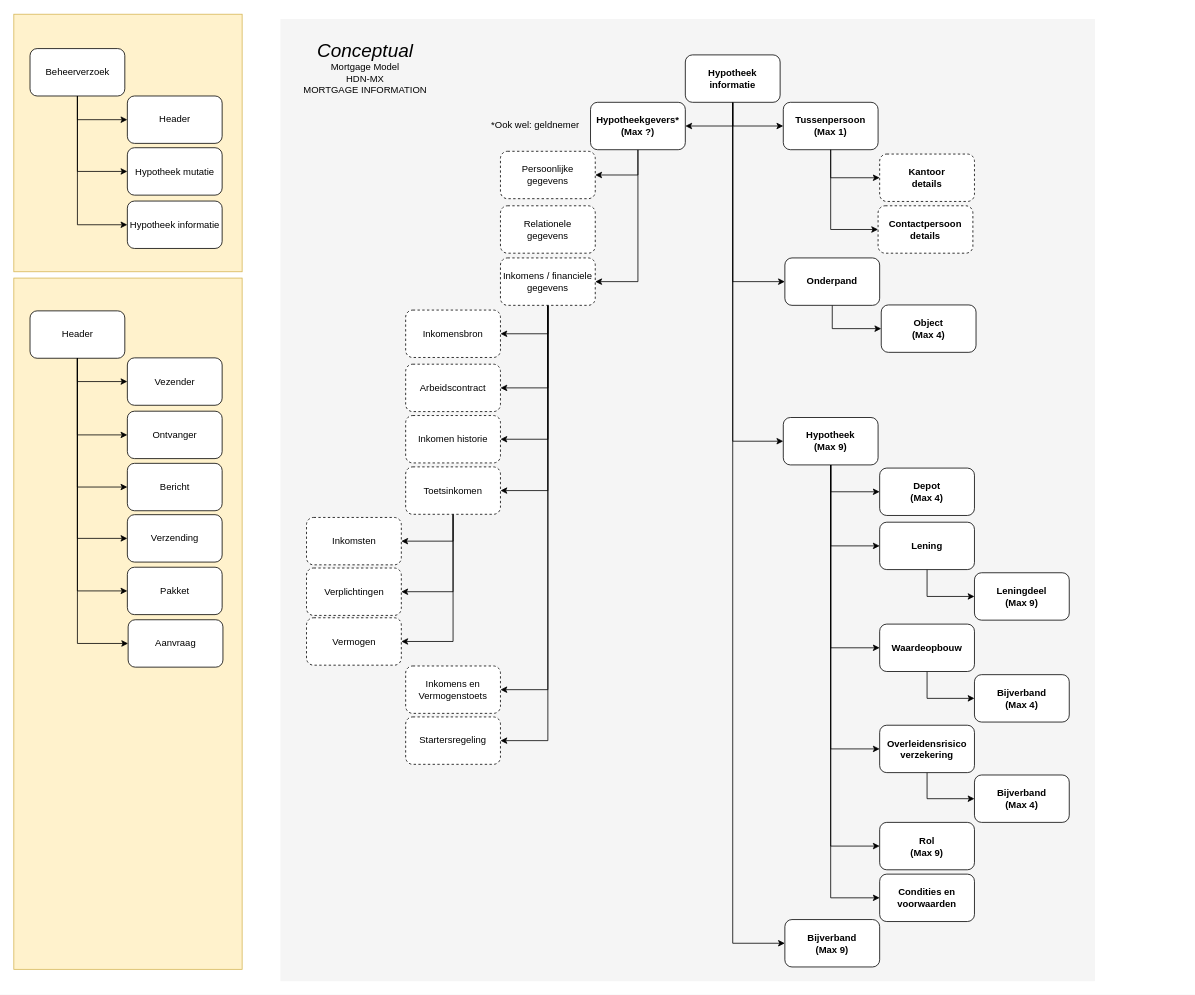
The draw.io diagram page "beheer-informatie" (2 of 15) of 3rdPartyDatasharing-HDN-MX-SX.drawio in luchthandel/diagrams, before the edit. Source tidied: cells renumbered, new cells numbered last; positions are measured from the earlier drawing's top-left corner, leaving out a move shared by most shapes. Both pictures are drawn from the tidied source at 79%, with x=0, y=0 at pixel (13, 13).
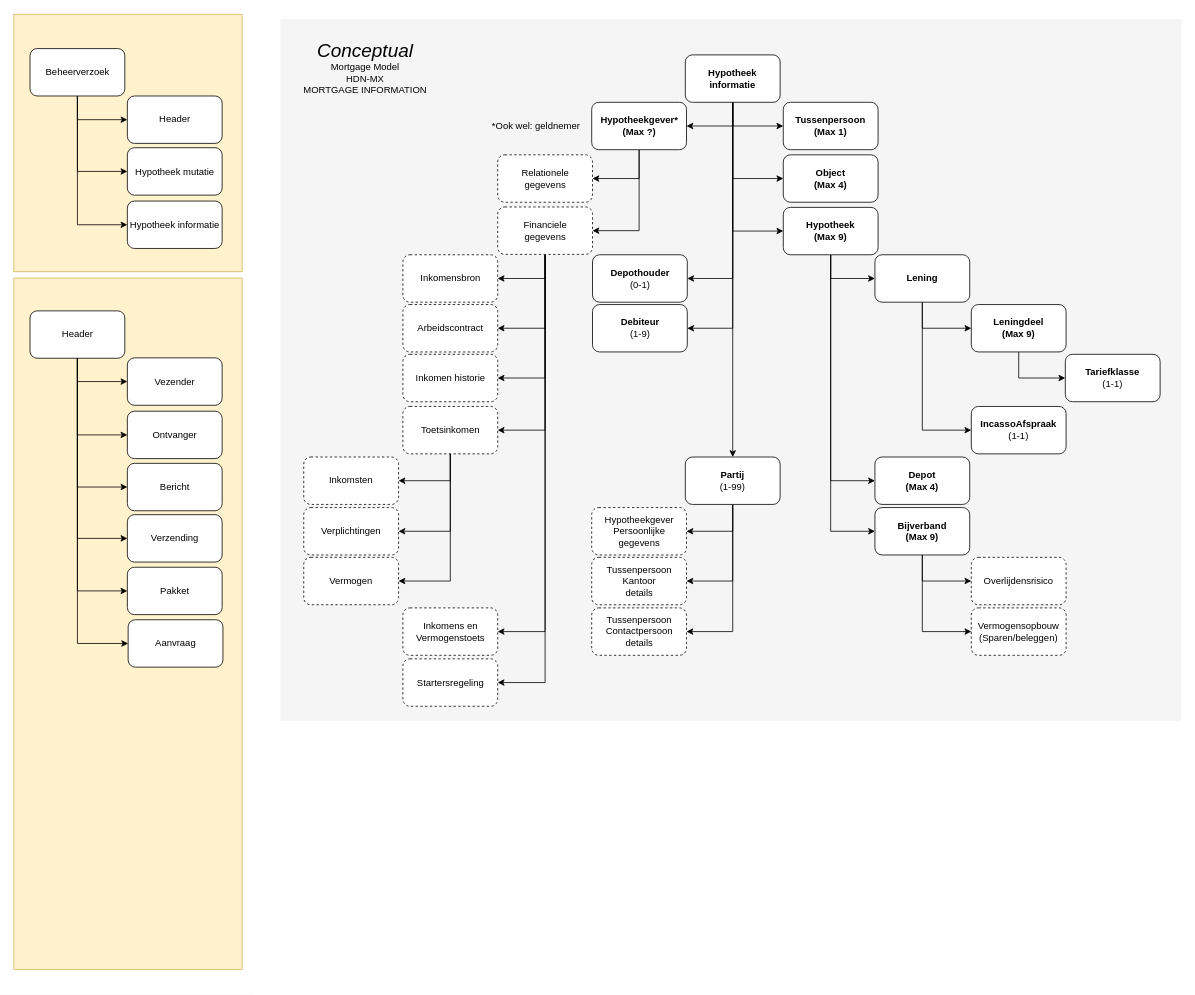
Above is the later version.

The change refers to these unchanged cells:
```xml
<mxCell id="26" value="&lt;b&gt;Tussenpersoon&lt;br&gt;(Max 1)&lt;br&gt;&lt;/b&gt;" style="rounded=1;whiteSpace=wrap;html=1;" parent="1" vertex="1">
  <mxGeometry x="974" y="112" width="120" height="60" as="geometry" />
</mxCell>
<mxCell id="31" value="&lt;b&gt;Hypotheek&lt;br&gt;informatie&lt;/b&gt;" style="rounded=1;whiteSpace=wrap;html=1;" parent="1" vertex="1">
  <mxGeometry x="850" y="52" width="120" height="60" as="geometry" />
</mxCell>
```

What changed in the source:
```diff
@@
     <mxCell id="3" style="rounded=0;whiteSpace=wrap;html=1;fontSize=30;align=right;fillColor=#f5f5f5;strokeColor=none;fontColor=#333333;" parent="1" vertex="1">
-      <mxGeometry x="337.5" y="6.5" width="1031" height="1218" as="geometry" />
+      <mxGeometry x="337.5" y="6.5" width="1140.5" height="888.5" as="geometry" />
     </mxCell>
@@
-    <mxCell id="5" style="edgeStyle=orthogonalEdgeStyle;rounded=0;jettySize=auto;html=1;exitX=0.5;exitY=1;exitDx=0;exitDy=0;entryX=0;entryY=0.5;entryDx=0;entryDy=0;" parent="1" edge="1" source="6" target="53">
-      <mxGeometry relative="1" as="geometry" />
-    </mxCell>
-    <mxCell id="6" value="&lt;b&gt;Onderpand&lt;/b&gt;&lt;b&gt;&lt;br&gt;&lt;/b&gt;" style="rounded=1;whiteSpace=wrap;html=1;" parent="1" vertex="1">
-      <mxGeometry x="976" y="309" width="120" height="60" as="geometry" />
+    <mxCell id="6" value="&lt;b&gt;Object&lt;br&gt;&lt;/b&gt;&lt;b&gt;(Max 4)&lt;/b&gt;&lt;b&gt;&lt;br&gt;&lt;/b&gt;" style="rounded=1;whiteSpace=wrap;html=1;" parent="1" vertex="1">
+      <mxGeometry x="974" y="178.5" width="120" height="60" as="geometry" />
     </mxCell>
@@
-    <mxCell id="8" style="edgeStyle=orthogonalEdgeStyle;rounded=0;jettySize=auto;html=1;exitX=0.5;exitY=1;exitDx=0;exitDy=0;entryX=0;entryY=0.5;entryDx=0;entryDy=0;" parent="1" edge="1" source="14" target="19">
-      <mxGeometry relative="1" as="geometry" />
-    </mxCell>
-    <mxCell id="9" style="edgeStyle=orthogonalEdgeStyle;rounded=0;jettySize=auto;html=1;entryX=0;entryY=0.5;entryDx=0;entryDy=0;exitX=0.5;exitY=1;exitDx=0;exitDy=0;" parent="1" edge="1" source="14" target="21">
-      <mxGeometry relative="1" as="geometry" />
-    </mxCell>
@@
-    <mxCell id="12" style="edgeStyle=orthogonalEdgeStyle;rounded=0;jettySize=auto;html=1;entryX=0;entryY=0.5;entryDx=0;entryDy=0;exitX=0.5;exitY=1;exitDx=0;exitDy=0;" parent="1" edge="1" source="14" target="58">
-      <mxGeometry relative="1" as="geometry" />
-    </mxCell>
-    <mxCell id="13" style="edgeStyle=orthogonalEdgeStyle;rounded=0;jettySize=auto;html=1;exitX=0.5;exitY=1;exitDx=0;exitDy=0;entryX=0;entryY=0.5;entryDx=0;entryDy=0;" parent="1" edge="1" source="14" target="80">
-      <mxGeometry relative="1" as="geometry" />
-    </mxCell>
+    <mxCell id="85" style="edgeStyle=orthogonalEdgeStyle;rounded=0;jettySize=auto;html=1;exitX=0.5;exitY=1;exitDx=0;exitDy=0;entryX=0;entryY=0.5;entryDx=0;entryDy=0;" parent="1" edge="1" source="14" target="83">
+      <mxGeometry relative="1" as="geometry" />
+    </mxCell>
     <mxCell id="14" value="&lt;b&gt;Hypotheek&lt;br&gt;(Max 9)&lt;br&gt;&lt;/b&gt;" style="rounded=1;whiteSpace=wrap;html=1;" parent="1" vertex="1">
-      <mxGeometry x="974" y="511" width="120" height="60" as="geometry" />
+      <mxGeometry x="974" y="245" width="120" height="60" as="geometry" />
     </mxCell>
@@
+    <mxCell id="86" style="rounded=0;jettySize=auto;html=1;exitX=0.5;exitY=1;exitDx=0;exitDy=0;entryX=0;entryY=0.5;entryDx=0;entryDy=0;edgeStyle=orthogonalEdgeStyle;" parent="1" edge="1" source="16" target="100">
+      <mxGeometry relative="1" as="geometry" />
+    </mxCell>
     <mxCell id="16" value="&lt;b&gt;Lening&lt;br&gt;&lt;/b&gt;" style="rounded=1;whiteSpace=wrap;html=1;" parent="1" vertex="1">
-      <mxGeometry x="1096" y="643.5" width="120" height="60" as="geometry" />
+      <mxGeometry x="1090" y="305" width="120" height="60" as="geometry" />
     </mxCell>
+    <mxCell id="87" style="edgeStyle=orthogonalEdgeStyle;rounded=0;jettySize=auto;html=1;exitX=0.5;exitY=1;exitDx=0;exitDy=0;entryX=0;entryY=0.5;entryDx=0;entryDy=0;" parent="1" edge="1" source="17" target="102">
+      <mxGeometry relative="1" as="geometry" />
+    </mxCell>
     <mxCell id="17" value="&lt;b&gt;Leningdeel&lt;br&gt;(Max 9)&lt;br&gt;&lt;/b&gt;" style="rounded=1;whiteSpace=wrap;html=1;" parent="1" vertex="1">
-      <mxGeometry x="1216" y="707.5" width="120" height="60" as="geometry" />
+      <mxGeometry x="1212" y="368" width="120" height="60" as="geometry" />
     </mxCell>
-    <mxCell id="18" style="edgeStyle=orthogonalEdgeStyle;rounded=0;jettySize=auto;html=1;exitX=0.5;exitY=1;exitDx=0;exitDy=0;entryX=0;entryY=0.5;entryDx=0;entryDy=0;" parent="1" edge="1" source="19" target="51">
-      <mxGeometry relative="1" as="geometry" />
-    </mxCell>
-    <mxCell id="19" value="&lt;b&gt;Waardeopbouw&lt;br&gt;&lt;/b&gt;" style="rounded=1;whiteSpace=wrap;html=1;" parent="1" vertex="1">
-      <mxGeometry x="1096" y="772.5" width="120" height="60" as="geometry" />
-    </mxCell>
-    <mxCell id="20" style="edgeStyle=orthogonalEdgeStyle;rounded=0;jettySize=auto;html=1;exitX=0.5;exitY=1;exitDx=0;exitDy=0;entryX=0;entryY=0.5;entryDx=0;entryDy=0;" parent="1" edge="1" source="21" target="52">
-      <mxGeometry relative="1" as="geometry" />
-    </mxCell>
-    <mxCell id="21" value="&lt;b&gt;Overleidensrisico&lt;br&gt;verzekering&lt;br&gt;&lt;/b&gt;" style="rounded=1;whiteSpace=wrap;html=1;" parent="1" vertex="1">
-      <mxGeometry x="1096" y="900.5" width="120" height="60" as="geometry" />
+    <mxCell id="21" value="&lt;span&gt;Overlijdensrisico&lt;br&gt;&lt;/span&gt;" style="rounded=1;whiteSpace=wrap;html=1;fontStyle=0;dashed=1;" parent="1" vertex="1">
+      <mxGeometry x="1212" y="688" width="120" height="60" as="geometry" />
     </mxCell>
-    <mxCell id="22" style="edgeStyle=orthogonalEdgeStyle;rounded=0;jettySize=auto;html=1;exitX=0.5;exitY=1;exitDx=0;exitDy=0;entryX=1;entryY=0.5;entryDx=0;entryDy=0;" parent="1" edge="1" source="24" target="40">
-      <mxGeometry relative="1" as="geometry" />
-    </mxCell>
@@
+    <mxCell id="88" style="edgeStyle=orthogonalEdgeStyle;rounded=0;jettySize=auto;html=1;exitX=0.5;exitY=1;exitDx=0;exitDy=0;entryX=1;entryY=0.5;entryDx=0;entryDy=0;" parent="1" edge="1" source="24" target="50">
+      <mxGeometry relative="1" as="geometry" />
+    </mxCell>
-    <mxCell id="24" value="&lt;b&gt;Hypotheekgevers*&lt;br&gt;(Max ?)&lt;br&gt;&lt;/b&gt;" style="rounded=1;whiteSpace=wrap;html=1;" parent="1" vertex="1">
-      <mxGeometry x="730" y="112" width="120" height="60" as="geometry" />
+    <mxCell id="24" value="&lt;span&gt;Hypotheekgever*&lt;br&gt;(Max ?)&lt;br&gt;&lt;/span&gt;" style="rounded=1;whiteSpace=wrap;html=1;fontStyle=1;" parent="1" vertex="1">
+      <mxGeometry x="731.5" y="112" width="120" height="60" as="geometry" />
     </mxCell>
-    <mxCell id="25" style="edgeStyle=orthogonalEdgeStyle;rounded=0;jettySize=auto;html=1;exitX=0.5;exitY=1;exitDx=0;exitDy=0;entryX=0;entryY=0.5;entryDx=0;entryDy=0;" parent="1" edge="1" source="26" target="84">
-      <mxGeometry relative="1" as="geometry" />
-    </mxCell>
@@
-    <mxCell id="29" style="edgeStyle=orthogonalEdgeStyle;rounded=0;jettySize=auto;html=1;exitX=0.5;exitY=1;exitDx=0;exitDy=0;entryX=0;entryY=0.5;entryDx=0;entryDy=0;" parent="1" edge="1" source="26" target="32">
-      <mxGeometry relative="1" as="geometry" />
-    </mxCell>
-    <mxCell id="30" style="edgeStyle=orthogonalEdgeStyle;rounded=0;jettySize=auto;html=1;exitX=0.5;exitY=1;exitDx=0;exitDy=0;entryX=0;entryY=0.5;entryDx=0;entryDy=0;" parent="1" edge="1" source="31" target="83">
-      <mxGeometry relative="1" as="geometry" />
-    </mxCell>
+    <mxCell id="89" style="edgeStyle=orthogonalEdgeStyle;rounded=0;jettySize=auto;html=1;exitX=0.5;exitY=1;exitDx=0;exitDy=0;entryX=0.5;entryY=0;entryDx=0;entryDy=0;" parent="1" edge="1" source="31" target="97">
+      <mxGeometry relative="1" as="geometry" />
+    </mxCell>
+    <mxCell id="90" style="edgeStyle=orthogonalEdgeStyle;rounded=0;jettySize=auto;html=1;exitX=0.5;exitY=1;exitDx=0;exitDy=0;entryX=1;entryY=0.5;entryDx=0;entryDy=0;" parent="1" edge="1" source="31" target="99">
+      <mxGeometry relative="1" as="geometry" />
+    </mxCell>
+    <mxCell id="91" style="edgeStyle=orthogonalEdgeStyle;rounded=0;jettySize=auto;html=1;exitX=0.5;exitY=1;exitDx=0;exitDy=0;entryX=1;entryY=0.5;entryDx=0;entryDy=0;" parent="1" edge="1" source="31" target="98">
+      <mxGeometry relative="1" as="geometry" />
+    </mxCell>
@@
-    <mxCell id="32" value="&lt;b&gt;Kantoor&lt;br&gt;details&lt;br&gt;&lt;/b&gt;" style="rounded=1;whiteSpace=wrap;html=1;dashed=1;" parent="1" vertex="1">
-      <mxGeometry x="1096" y="177.5" width="120" height="60" as="geometry" />
+    <mxCell id="32" value="&lt;span&gt;Tussenpersoon&lt;br&gt;Kantoor &lt;br&gt;details&lt;br&gt;&lt;/span&gt;" style="rounded=1;whiteSpace=wrap;html=1;dashed=1;fontStyle=0;" parent="1" vertex="1">
+      <mxGeometry x="731.5" y="688" width="120" height="60" as="geometry" />
     </mxCell>
@@
-    <mxCell id="39" value="Inkomens / financiele&lt;br&gt;gegevens" style="rounded=1;whiteSpace=wrap;html=1;fontStyle=0;dashed=1;" parent="1" vertex="1">
-      <mxGeometry x="616" y="309" width="120" height="60" as="geometry" />
+    <mxCell id="39" value="Financiele&lt;br&gt;gegevens" style="rounded=1;whiteSpace=wrap;html=1;fontStyle=0;dashed=1;" parent="1" vertex="1">
+      <mxGeometry x="612.5" y="244.5" width="120" height="60" as="geometry" />
     </mxCell>
-    <mxCell id="40" value="Persoonlijke&lt;br&gt;gegevens" style="rounded=1;whiteSpace=wrap;html=1;fontStyle=0;dashed=1;" parent="1" vertex="1">
-      <mxGeometry x="616" y="174" width="120" height="60" as="geometry" />
+    <mxCell id="40" value="Hypotheekgever&lt;br&gt;Persoonlijke&lt;br&gt;gegevens" style="rounded=1;whiteSpace=wrap;html=1;fontStyle=0;dashed=1;" parent="1" vertex="1">
+      <mxGeometry x="731.5" y="625" width="120" height="60" as="geometry" />
     </mxCell>
     <mxCell id="41" value="Inkomen historie" style="rounded=1;whiteSpace=wrap;html=1;dashed=1;" parent="1" vertex="1">
-      <mxGeometry x="496" y="508.5" width="120" height="60" as="geometry" />
+      <mxGeometry x="492.5" y="431" width="120" height="60" as="geometry" />
     </mxCell>
@@
     <mxCell id="44" value="Toetsinkomen" style="rounded=1;whiteSpace=wrap;html=1;dashed=1;" parent="1" vertex="1">
-      <mxGeometry x="496" y="573.5" width="120" height="60" as="geometry" />
+      <mxGeometry x="492.5" y="497" width="120" height="60" as="geometry" />
     </mxCell>
     <mxCell id="45" value="Arbeidscontract" style="rounded=1;whiteSpace=wrap;html=1;dashed=1;" parent="1" vertex="1">
-      <mxGeometry x="496" y="443.5" width="120" height="60" as="geometry" />
+      <mxGeometry x="492.5" y="368" width="120" height="60" as="geometry" />
     </mxCell>
     <mxCell id="46" value="Inkomsten" style="rounded=1;whiteSpace=wrap;html=1;dashed=1;" parent="1" vertex="1">
-      <mxGeometry x="370.5" y="637.5" width="120" height="60" as="geometry" />
+      <mxGeometry x="367" y="561" width="120" height="60" as="geometry" />
     </mxCell>
     <mxCell id="47" value="Verplichtingen" style="rounded=1;whiteSpace=wrap;html=1;dashed=1;" parent="1" vertex="1">
-      <mxGeometry x="370.5" y="701.5" width="120" height="60" as="geometry" />
+      <mxGeometry x="367" y="625" width="120" height="60" as="geometry" />
     </mxCell>
     <mxCell id="48" value="Vermogen" style="rounded=1;whiteSpace=wrap;html=1;dashed=1;" parent="1" vertex="1">
-      <mxGeometry x="370.5" y="764.5" width="120" height="60" as="geometry" />
+      <mxGeometry x="367" y="688" width="120" height="60" as="geometry" />
     </mxCell>
@@
     <mxCell id="50" value="Relationele&lt;br&gt;gegevens" style="rounded=1;whiteSpace=wrap;html=1;fontStyle=0;dashed=1;" parent="1" vertex="1">
-      <mxGeometry x="616" y="243" width="120" height="60" as="geometry" />
+      <mxGeometry x="612.5" y="178.5" width="120" height="60" as="geometry" />
     </mxCell>
-    <mxCell id="51" value="&lt;b&gt;Bijverband&lt;br&gt;(Max 4)&lt;br&gt;&lt;/b&gt;" style="rounded=1;whiteSpace=wrap;html=1;" parent="1" vertex="1">
-      <mxGeometry x="1216" y="836.5" width="120" height="60" as="geometry" />
-    </mxCell>
-    <mxCell id="52" value="&lt;b&gt;Bijverband&lt;br&gt;(Max 4)&lt;/b&gt;&lt;b&gt;&lt;br&gt;&lt;/b&gt;" style="rounded=1;whiteSpace=wrap;html=1;" parent="1" vertex="1">
-      <mxGeometry x="1216" y="963.5" width="120" height="60" as="geometry" />
-    </mxCell>
-    <mxCell id="53" value="&lt;b&gt;Object&lt;br&gt;&lt;/b&gt;&lt;b&gt;(Max 4)&lt;br&gt;&lt;/b&gt;" style="rounded=1;whiteSpace=wrap;html=1;" parent="1" vertex="1">
-      <mxGeometry x="1098" y="368.5" width="120" height="60" as="geometry" />
-    </mxCell>
     <mxCell id="54" value="Inkomensbron" style="rounded=1;whiteSpace=wrap;html=1;dashed=1;" parent="1" vertex="1">
-      <mxGeometry x="496" y="375" width="120" height="60" as="geometry" />
+      <mxGeometry x="492.5" y="305" width="120" height="60" as="geometry" />
     </mxCell>
     <mxCell id="55" value="Inkomens en&lt;br&gt;Vermogenstoets" style="rounded=1;whiteSpace=wrap;html=1;dashed=1;" parent="1" vertex="1">
-      <mxGeometry x="496" y="825.5" width="120" height="60" as="geometry" />
+      <mxGeometry x="492.5" y="752" width="120" height="60" as="geometry" />
     </mxCell>
     <mxCell id="56" value="Startersregeling" style="rounded=1;whiteSpace=wrap;html=1;dashed=1;" parent="1" vertex="1">
-      <mxGeometry x="496" y="890" width="120" height="60" as="geometry" />
+      <mxGeometry x="492.5" y="816.5" width="120" height="60" as="geometry" />
     </mxCell>
     <mxCell id="57" value="&lt;b&gt;Depot&lt;br&gt;(Max 4)&lt;br&gt;&lt;/b&gt;" style="rounded=1;whiteSpace=wrap;html=1;" parent="1" vertex="1">
-      <mxGeometry x="1096" y="575" width="120" height="60" as="geometry" />
+      <mxGeometry x="1090" y="561" width="120" height="60" as="geometry" />
     </mxCell>
-    <mxCell id="58" value="&lt;b&gt;Rol&lt;br&gt;(Max 9)&lt;br&gt;&lt;/b&gt;" style="rounded=1;whiteSpace=wrap;html=1;" parent="1" vertex="1">
-      <mxGeometry x="1096" y="1023.5" width="120" height="60" as="geometry" />
-    </mxCell>
     <mxCell id="59" value="*Ook wel: geldnemer" style="text;html=1;align=right;" parent="1" vertex="1">
-      <mxGeometry x="600" y="127" width="117" height="30" as="geometry" />
+      <mxGeometry x="600.5" y="127.5" width="117" height="30" as="geometry" />
     </mxCell>
@@
-    <mxCell id="80" value="&lt;b&gt;Condities en&lt;br&gt;voorwaarden&lt;br&gt;&lt;/b&gt;" style="rounded=1;whiteSpace=wrap;html=1;" parent="1" vertex="1">
-      <mxGeometry x="1096" y="1089" width="120" height="60" as="geometry" />
-    </mxCell>
@@
+    <mxCell id="92" style="edgeStyle=orthogonalEdgeStyle;rounded=0;jettySize=auto;html=1;exitX=0.5;exitY=1;exitDx=0;exitDy=0;entryX=0;entryY=0.5;entryDx=0;entryDy=0;" parent="1" edge="1" source="83" target="21">
+      <mxGeometry relative="1" as="geometry" />
+    </mxCell>
+    <mxCell id="93" style="edgeStyle=orthogonalEdgeStyle;rounded=0;jettySize=auto;html=1;exitX=0.5;exitY=1;exitDx=0;exitDy=0;entryX=0;entryY=0.5;entryDx=0;entryDy=0;" parent="1" edge="1" source="83" target="101">
+      <mxGeometry relative="1" as="geometry" />
+    </mxCell>
     <mxCell id="83" value="&lt;b&gt;Bijverband&lt;br&gt;(Max 9)&lt;br&gt;&lt;/b&gt;" style="rounded=1;whiteSpace=wrap;html=1;" parent="1" vertex="1">
-      <mxGeometry x="976" y="1146.5" width="120" height="60" as="geometry" />
+      <mxGeometry x="1090" y="625" width="120" height="60" as="geometry" />
     </mxCell>
-    <mxCell id="84" value="&lt;b&gt;Contactpersoon&lt;br&gt;details&lt;br&gt;&lt;/b&gt;" style="rounded=1;whiteSpace=wrap;html=1;dashed=1;" parent="1" vertex="1">
-      <mxGeometry x="1094" y="243" width="120" height="60" as="geometry" />
+    <mxCell id="84" value="Tussenpersoon&lt;span&gt;&lt;br&gt;Contactpersoon&lt;br&gt;details&lt;br&gt;&lt;/span&gt;" style="rounded=1;whiteSpace=wrap;html=1;dashed=1;fontStyle=0;" parent="1" vertex="1">
+      <mxGeometry x="731.5" y="752" width="120" height="60" as="geometry" />
     </mxCell>
+    <mxCell id="94" style="edgeStyle=orthogonalEdgeStyle;rounded=0;jettySize=auto;html=1;exitX=0.5;exitY=1;exitDx=0;exitDy=0;entryX=1;entryY=0.5;entryDx=0;entryDy=0;" parent="1" edge="1" source="97" target="40">
+      <mxGeometry relative="1" as="geometry" />
+    </mxCell>
+    <mxCell id="95" style="edgeStyle=orthogonalEdgeStyle;rounded=0;jettySize=auto;html=1;exitX=0.5;exitY=1;exitDx=0;exitDy=0;entryX=1;entryY=0.5;entryDx=0;entryDy=0;" parent="1" edge="1" source="97" target="32">
+      <mxGeometry relative="1" as="geometry" />
+    </mxCell>
+    <mxCell id="96" style="edgeStyle=orthogonalEdgeStyle;rounded=0;jettySize=auto;html=1;exitX=0.5;exitY=1;exitDx=0;exitDy=0;entryX=1;entryY=0.5;entryDx=0;entryDy=0;" parent="1" edge="1" source="97" target="84">
+      <mxGeometry relative="1" as="geometry" />
+    </mxCell>
+    <mxCell id="97" value="Partij&lt;br&gt;&lt;span style=&quot;font-weight: normal&quot;&gt;(1-99)&lt;/span&gt;" style="rounded=1;whiteSpace=wrap;html=1;fontStyle=1;" parent="1" vertex="1">
+      <mxGeometry x="850" y="561" width="120" height="60" as="geometry" />
+    </mxCell>
+    <mxCell id="98" value="&lt;b&gt;Debiteur&lt;br&gt;&lt;/b&gt;(1-9)&lt;b&gt;&lt;br&gt;&lt;/b&gt;" style="rounded=1;whiteSpace=wrap;html=1;" parent="1" vertex="1">
+      <mxGeometry x="732.5" y="368" width="120" height="60" as="geometry" />
+    </mxCell>
+    <mxCell id="99" value="&lt;b&gt;Depothouder&lt;br&gt;&lt;/b&gt;(0-1)&lt;b&gt;&lt;br&gt;&lt;/b&gt;" style="rounded=1;whiteSpace=wrap;html=1;" parent="1" vertex="1">
+      <mxGeometry x="732.5" y="305" width="120" height="60" as="geometry" />
+    </mxCell>
+    <mxCell id="100" value="&lt;b&gt;IncassoAfspraak&lt;/b&gt;&lt;br&gt;(1-1)" style="rounded=1;whiteSpace=wrap;html=1;" parent="1" vertex="1">
+      <mxGeometry x="1212" y="497" width="120" height="60" as="geometry" />
+    </mxCell>
+    <mxCell id="101" value="&lt;span&gt;Vermogensopbouw&lt;br&gt;(Sparen/beleggen)&lt;br&gt;&lt;/span&gt;" style="rounded=1;whiteSpace=wrap;html=1;fontStyle=0;dashed=1;" parent="1" vertex="1">
+      <mxGeometry x="1212" y="752" width="120" height="60" as="geometry" />
+    </mxCell>
+    <mxCell id="102" value="&lt;b&gt;Tariefklasse&lt;/b&gt;&lt;br&gt;(1-1)" style="rounded=1;whiteSpace=wrap;html=1;" parent="1" vertex="1">
+      <mxGeometry x="1331" y="431" width="120" height="60" as="geometry" />
+    </mxCell>
```
